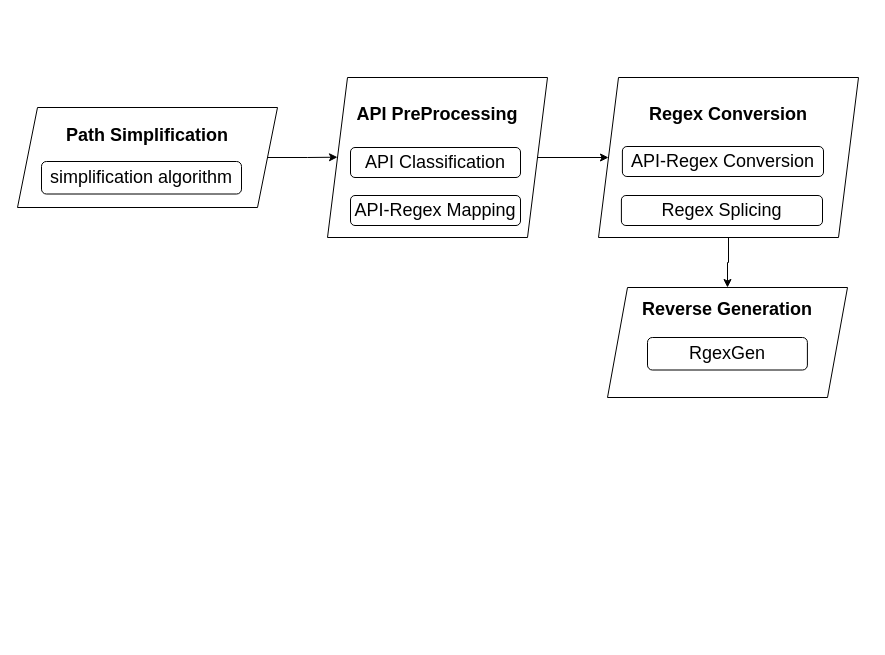
Before: JusStr.drawio in suoyi123wang/draw.io, a draw.io diagram. Source tidied: cells renumbered, new cells numbered last; positions are measured from the earlier drawing's top-left corner, leaving out a move shared by most shapes. Both pictures are drawn from the tidied source at 100%, with x=0, y=0 at pixel (17, 77). Pictures stored in the file or linked from it are replaced by grey dashed boxes.
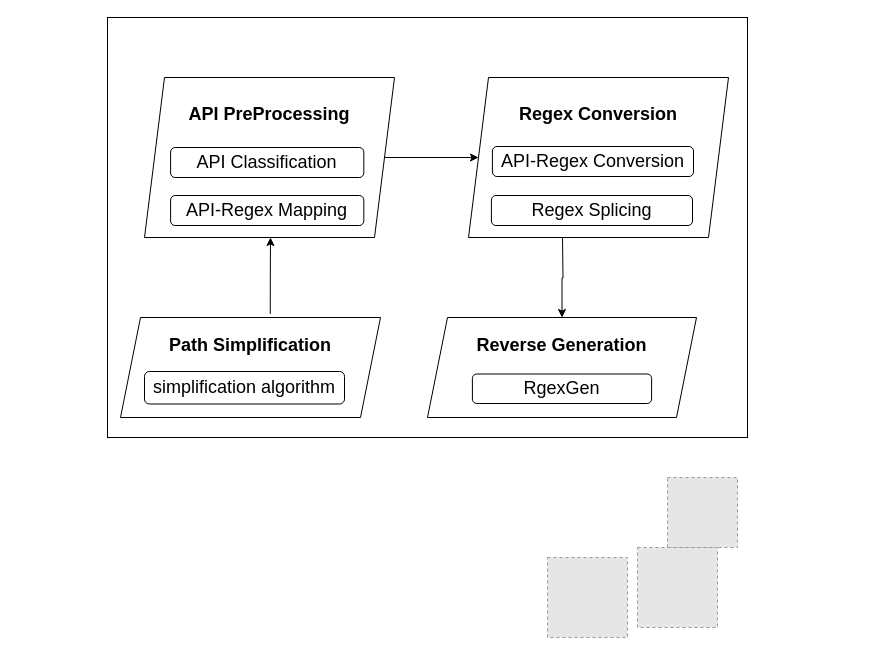
Above is the later version.

The change refers to these unchanged cells:
```xml
<mxCell id="14" value="&lt;b&gt;&lt;br&gt;Regex Conversion&lt;br&gt;&lt;br&gt;&lt;br&gt;&lt;br&gt;&lt;br&gt;&lt;br&gt;&lt;/b&gt;" style="shape=parallelogram;perimeter=parallelogramPerimeter;whiteSpace=wrap;html=1;fixedSize=1;fontSize=18;" parent="13" vertex="1">
  <mxGeometry width="260" height="160" as="geometry" />
</mxCell>
<mxCell id="21" value="&lt;span style=&quot;font-weight: 700&quot;&gt;Path Simplification&lt;br&gt;&lt;br&gt;&lt;/span&gt;&lt;span style=&quot;font-weight: 700&quot;&gt;&lt;br&gt;&lt;/span&gt;" style="shape=parallelogram;perimeter=parallelogramPerimeter;whiteSpace=wrap;html=1;fixedSize=1;fontSize=18;" parent="20" vertex="1">
  <mxGeometry width="260" height="100" as="geometry" />
</mxCell>
```

Diff of the diagram source:
```diff
@@
     <mxCell id="7" style="group;" parent="1" vertex="1">
-      <mxGeometry x="310" width="220" height="160" as="geometry" />
+      <mxGeometry x="103" width="250" height="160" as="geometry" />
     </mxCell>
     <mxCell id="8" style="group;" parent="7" vertex="1">
-      <mxGeometry width="220" height="160" as="geometry" />
+      <mxGeometry x="24" width="250" height="160" as="geometry" />
     </mxCell>
     <mxCell id="9" value="&lt;span style=&quot;font-weight: 700&quot;&gt;&lt;br&gt;API PreProcessing&lt;br&gt;&lt;br&gt;&lt;br&gt;&lt;br&gt;&lt;br&gt;&lt;/span&gt;&lt;br&gt;" style="shape=parallelogram;perimeter=parallelogramPerimeter;whiteSpace=wrap;html=1;fixedSize=1;fontSize=18;" parent="8" vertex="1">
-      <mxGeometry width="220" height="160" as="geometry" />
+      <mxGeometry width="250" height="160" as="geometry" />
     </mxCell>
     <mxCell id="10" value="API Classification" style="rounded=1;whiteSpace=wrap;html=1;fontSize=18;" parent="8" vertex="1">
-      <mxGeometry x="23" y="70" width="170" height="30" as="geometry" />
+      <mxGeometry x="26.1" y="70" width="193.2" height="30" as="geometry" />
     </mxCell>
     <mxCell id="11" value="API-Regex Mapping" style="rounded=1;whiteSpace=wrap;html=1;fontSize=18;" parent="8" vertex="1">
-      <mxGeometry x="23" y="118" width="170" height="30" as="geometry" />
+      <mxGeometry x="26.1" y="118" width="193.2" height="30" as="geometry" />
     </mxCell>
     <mxCell id="12" style="group;" parent="1" vertex="1">
-      <mxGeometry x="590" width="260" height="160" as="geometry" />
+      <mxGeometry x="460" width="260" height="160" as="geometry" />
     </mxCell>
@@
     <mxCell id="17" style="group;" parent="1" vertex="1">
-      <mxGeometry x="590" y="210" width="240" height="110" as="geometry" />
+      <mxGeometry x="410" y="240" width="269" height="100" as="geometry" />
     </mxCell>
-    <mxCell id="18" value="&lt;b&gt;&lt;br&gt;Reverse Generation&lt;br&gt;&lt;br&gt;&lt;br&gt;&lt;br&gt;&lt;br&gt;&lt;/b&gt;" style="shape=parallelogram;perimeter=parallelogramPerimeter;whiteSpace=wrap;html=1;fixedSize=1;fontSize=18;" parent="17" vertex="1">
-      <mxGeometry width="240" height="110" as="geometry" />
+    <mxCell id="18" value="&lt;b&gt;&lt;br&gt;&lt;br&gt;Reverse Generation&lt;br&gt;&lt;br&gt;&lt;br&gt;&lt;br&gt;&lt;br&gt;&lt;/b&gt;" style="shape=parallelogram;perimeter=parallelogramPerimeter;whiteSpace=wrap;html=1;fixedSize=1;fontSize=18;" parent="17" vertex="1">
+      <mxGeometry width="269" height="100" as="geometry" />
     </mxCell>
     <mxCell id="19" value="RgexGen" style="rounded=1;whiteSpace=wrap;html=1;fontSize=18;" parent="17" vertex="1">
-      <mxGeometry x="40" y="50" width="159.9" height="32.5" as="geometry" />
+      <mxGeometry x="44.9" y="56.5" width="179.2" height="29.5" as="geometry" />
     </mxCell>
     <mxCell id="20" style="group;" parent="1" vertex="1">
-      <mxGeometry y="30" width="260" height="100" as="geometry" />
+      <mxGeometry x="103" y="240" width="260" height="100" as="geometry" />
     </mxCell>
@@
-    <mxCell id="23" style="edgeStyle=orthogonalEdgeStyle;rounded=0;jettySize=auto;html=1;exitX=1;exitY=0.5;exitDx=0;exitDy=0;fontSize=18;" parent="1" edge="1" source="21">
+    <mxCell id="23" style="edgeStyle=orthogonalEdgeStyle;rounded=0;jettySize=auto;html=1;exitX=0.576;exitY=-0.036;exitDx=0;exitDy=0;fontSize=18;exitPerimeter=0;" parent="1" edge="1" source="21">
       <mxGeometry relative="1" as="geometry">
-        <mxPoint x="320" y="79.7" as="targetPoint" />
+        <mxPoint x="253" y="160" as="targetPoint" />
       </mxGeometry>
     </mxCell>
@@
-    <mxCell id="25" style="edgeStyle=orthogonalEdgeStyle;rounded=0;jettySize=auto;html=1;entryX=0.5;entryY=0;entryDx=0;entryDy=0;fontSize=18;" parent="1" edge="1" source="14" target="18">
-      <mxGeometry relative="1" as="geometry" />
+    <mxCell id="25" style="edgeStyle=orthogonalEdgeStyle;rounded=0;jettySize=auto;html=1;entryX=0.5;entryY=0;entryDx=0;entryDy=0;fontSize=18;" parent="1" edge="1" target="18">
+      <mxGeometry relative="1" as="geometry">
+        <mxPoint x="545" y="160" as="sourcePoint" />
+      </mxGeometry>
     </mxCell>
+    <mxCell id="26" style="fillColor=#E6E6E6;strokeColor=#999999;dashed=1;verticalLabelPosition=bottom;labelBackgroundColor=default;verticalAlign=top;" parent="1" vertex="1">
+      <mxGeometry x="650" y="400" width="70" height="70" as="geometry" />
+    </mxCell>
+    <mxCell id="27" style="fillColor=#E6E6E6;strokeColor=#999999;dashed=1;verticalLabelPosition=bottom;labelBackgroundColor=default;verticalAlign=top;" parent="1" vertex="1">
+      <mxGeometry x="530" y="480" width="80" height="80" as="geometry" />
+    </mxCell>
+    <mxCell id="28" style="fillColor=#E6E6E6;strokeColor=#999999;dashed=1;verticalLabelPosition=bottom;labelBackgroundColor=default;verticalAlign=top;" parent="1" vertex="1">
+      <mxGeometry x="620" y="470" width="80" height="80" as="geometry" />
+    </mxCell>
+    <mxCell id="29" style="rounded=0;whiteSpace=wrap;html=1;fontSize=18;fillColor=none;" parent="1" vertex="1">
+      <mxGeometry x="90" y="-60" width="640" height="420" as="geometry" />
+    </mxCell>
```
